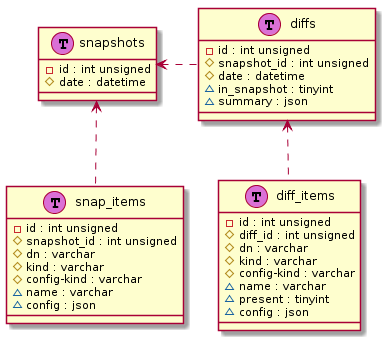
The PlantUML diagram diagrams/db/db-hash-current.png in kubevious/media, before a commit.
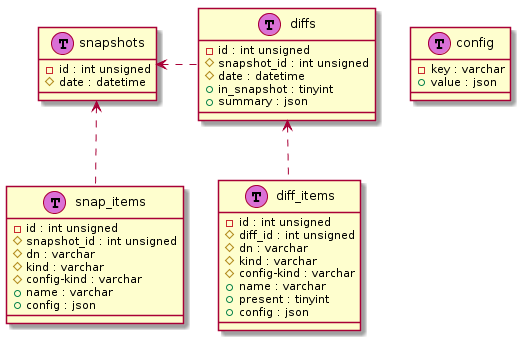
The same file after the commit.

Diff of the diagram source:
```diff
@@ -1,4 +1,9 @@
 @startuml
+class config << (T, orchid) >> {
+    -key : varchar
+    +value : json
+}
+
 class snapshots << (T, orchid) >> {
     -id : int unsigned
     #date : datetime
@@ -10,16 +15,16 @@
     #dn : varchar
     #kind : varchar
     #config-kind : varchar
-    ~name : varchar
-    ~config : json
+    +name : varchar
+    +config : json
 }
 
 class diffs << (T, orchid) >> {
     -id : int unsigned
     #snapshot_id : int unsigned
     #date : datetime
-    ~in_snapshot : tinyint
-    ~summary : json
+    +in_snapshot : tinyint
+    +summary : json
 }
 
 class diff_items << (T, orchid) >> {
@@ -28,9 +33,9 @@
     #dn : varchar
     #kind : varchar
     #config-kind : varchar
-    ~name : varchar
-    ~present : tinyint
-    ~config : json
+    +name : varchar
+    +present : tinyint
+    +config : json
 }
 
 snapshots <.. snap_items
```
